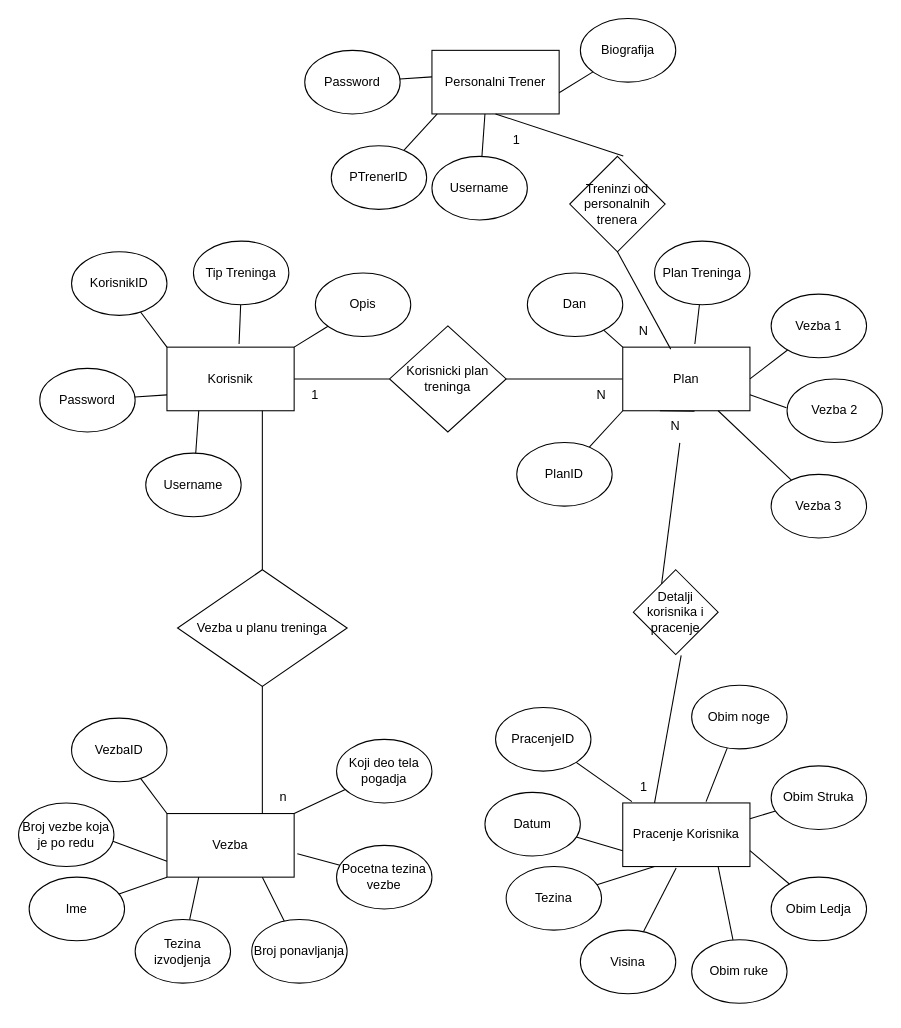
Before: Dijagram fitnes aplikacije.drawio in SyZyGz/IDEF0-Diagram, a draw.io diagram. Source tidied: cells renumbered, new cells numbered last; positions are measured from the earlier drawing's top-left corner, leaving out a move shared by most shapes. Both pictures are drawn from the tidied source at 106%, with x=0, y=0 at pixel (18, 18).
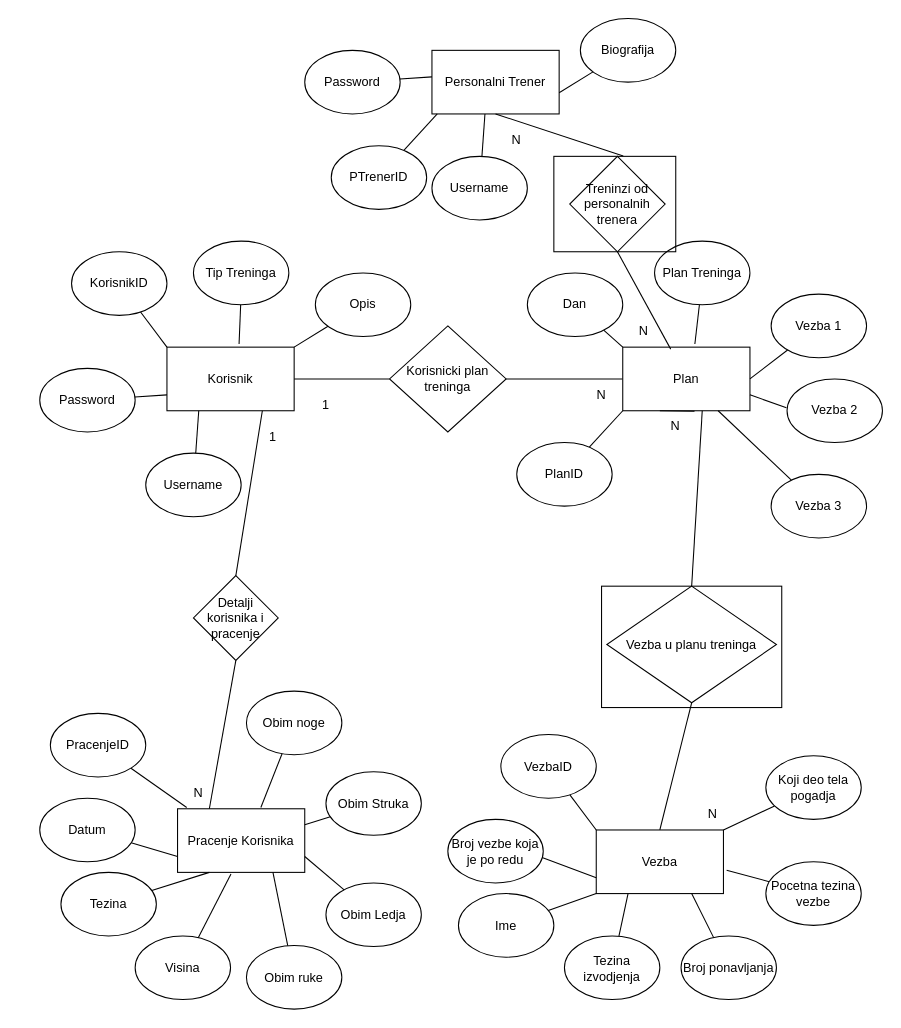
The same diagram, later.

The change refers to these unchanged cells:
```xml
<mxCell id="2" value="Korisnik" style="rounded=0;whiteSpace=wrap;html=1;" parent="1" vertex="1">
  <mxGeometry x="140" y="310" width="120" height="60" as="geometry" />
</mxCell>
<mxCell id="84" value="N" style="text;html=1;strokeColor=none;fillColor=none;align=center;verticalAlign=middle;whiteSpace=wrap;rounded=0;" parent="1" vertex="1">
  <mxGeometry x="590" y="370" width="60" height="30" as="geometry" />
</mxCell>
```

The edit, as a diff of the source:
```diff
@@
     <mxCell id="29" value="Vezba" style="rounded=0;whiteSpace=wrap;html=1;" parent="1" vertex="1">
-      <mxGeometry x="140" y="750" width="120" height="60" as="geometry" />
+      <mxGeometry x="545" y="765.5" width="120" height="60" as="geometry" />
     </mxCell>
-    <mxCell id="30" style="endArrow=none;html=1;rounded=0;exitX=0.75;exitY=0;exitDx=0;exitDy=0;entryX=0.75;entryY=1;entryDx=0;entryDy=0;" parent="1" edge="1" source="29" target="2">
-      <mxGeometry relative="1" as="geometry">
-        <Array as="points">
-          <mxPoint x="230" y="730" />
-        </Array>
-      </mxGeometry>
-    </mxCell>
@@
     <mxCell id="32" value="Tezina izvodjenja" style="ellipse;whiteSpace=wrap;html=1;" parent="1" vertex="1">
-      <mxGeometry x="110" y="850" width="90" height="60" as="geometry" />
+      <mxGeometry x="515" y="865.5" width="90" height="60" as="geometry" />
     </mxCell>
@@
     <mxCell id="34" value="VezbaID" style="ellipse;whiteSpace=wrap;html=1;" parent="1" vertex="1">
-      <mxGeometry x="50" y="660" width="90" height="60" as="geometry" />
+      <mxGeometry x="455" y="675.5" width="90" height="60" as="geometry" />
     </mxCell>
     <mxCell id="35" style="endArrow=none;html=1;rounded=0;exitX=0;exitY=0.75;exitDx=0;exitDy=0;" parent="1" edge="1" source="29">
       <mxGeometry relative="1" as="geometry">
-        <mxPoint x="84.5" y="774.4" as="targetPoint" />
+        <mxPoint x="489.5" y="789.9" as="targetPoint" />
       </mxGeometry>
     </mxCell>
     <mxCell id="36" value="Broj vezbe koja je po redu" style="ellipse;whiteSpace=wrap;html=1;" parent="1" vertex="1">
-      <mxGeometry y="740" width="90" height="60" as="geometry" />
+      <mxGeometry x="405" y="755.5" width="90" height="60" as="geometry" />
     </mxCell>
@@
     <mxCell id="38" value="Ime" style="ellipse;whiteSpace=wrap;html=1;" parent="1" vertex="1">
-      <mxGeometry x="10" y="810" width="90" height="60" as="geometry" />
+      <mxGeometry x="415" y="825.5" width="90" height="60" as="geometry" />
     </mxCell>
     <mxCell id="39" value="Pracenje Korisnika" style="rounded=0;whiteSpace=wrap;html=1;" parent="1" vertex="1">
-      <mxGeometry x="570" y="740" width="120" height="60" as="geometry" />
+      <mxGeometry x="150" y="745.5" width="120" height="60" as="geometry" />
     </mxCell>
@@
     <mxCell id="42" value="PracenjeID" style="ellipse;whiteSpace=wrap;html=1;" parent="1" vertex="1">
-      <mxGeometry x="450" y="650" width="90" height="60" as="geometry" />
+      <mxGeometry x="30" y="655.5" width="90" height="60" as="geometry" />
     </mxCell>
@@
     <mxCell id="44" value="Visina" style="ellipse;whiteSpace=wrap;html=1;" parent="1" vertex="1">
-      <mxGeometry x="530" y="860" width="90" height="60" as="geometry" />
+      <mxGeometry x="110" y="865.5" width="90" height="60" as="geometry" />
     </mxCell>
@@
     <mxCell id="46" value="Datum" style="ellipse;whiteSpace=wrap;html=1;" parent="1" vertex="1">
-      <mxGeometry x="440" y="730" width="90" height="60" as="geometry" />
+      <mxGeometry x="20" y="735.5" width="90" height="60" as="geometry" />
     </mxCell>
@@
     <mxCell id="48" value="Tezina" style="ellipse;whiteSpace=wrap;html=1;" parent="1" vertex="1">
-      <mxGeometry x="460" y="800" width="90" height="60" as="geometry" />
+      <mxGeometry x="40" y="805.5" width="90" height="60" as="geometry" />
     </mxCell>
     <mxCell id="49" value="Vezba u planu treninga" style="rhombus;whiteSpace=wrap;html=1;" parent="1" vertex="1">
-      <mxGeometry x="150" y="520" width="160" height="110" as="geometry" />
+      <mxGeometry x="555" y="535.5" width="160" height="110" as="geometry" />
     </mxCell>
@@
     <mxCell id="51" value="Broj ponavljanja" style="ellipse;whiteSpace=wrap;html=1;" parent="1" vertex="1">
-      <mxGeometry x="220" y="850" width="90" height="60" as="geometry" />
+      <mxGeometry x="625" y="865.5" width="90" height="60" as="geometry" />
     </mxCell>
@@
     <mxCell id="53" value="Pocetna tezina vezbe" style="ellipse;whiteSpace=wrap;html=1;" parent="1" vertex="1">
-      <mxGeometry x="300" y="780" width="90" height="60" as="geometry" />
+      <mxGeometry x="705" y="795.5" width="90" height="60" as="geometry" />
     </mxCell>
@@
     <mxCell id="55" value="Koji deo tela pogadja" style="ellipse;whiteSpace=wrap;html=1;" parent="1" vertex="1">
-      <mxGeometry x="300" y="680" width="90" height="60" as="geometry" />
+      <mxGeometry x="705" y="695.5" width="90" height="60" as="geometry" />
     </mxCell>
@@
     <mxCell id="57" value="Obim ruke" style="ellipse;whiteSpace=wrap;html=1;" parent="1" vertex="1">
-      <mxGeometry x="635" y="869" width="90" height="60" as="geometry" />
+      <mxGeometry x="215" y="874.5" width="90" height="60" as="geometry" />
     </mxCell>
-    <mxCell id="58" style="endArrow=none;html=1;rounded=0;entryX=0.564;entryY=1.009;entryDx=0;entryDy=0;exitX=0.25;exitY=0;exitDx=0;exitDy=0;entryPerimeter=0;" parent="1" edge="1" source="39" target="59">
+    <mxCell id="58" style="endArrow=none;html=1;rounded=0;exitX=0.25;exitY=0;exitDx=0;exitDy=0;entryX=0.5;entryY=1;entryDx=0;entryDy=0;" parent="1" edge="1" source="39" target="59">
       <mxGeometry relative="1" as="geometry" />
     </mxCell>
     <mxCell id="59" value="Detalji korisnika i pracenje" style="rhombus;whiteSpace=wrap;html=1;" parent="1" vertex="1">
-      <mxGeometry x="580" y="520" width="80" height="80" as="geometry" />
+      <mxGeometry x="165" y="525.5" width="80" height="80" as="geometry" />
     </mxCell>
@@
     <mxCell id="61" value="Obim Ledja" style="ellipse;whiteSpace=wrap;html=1;" parent="1" vertex="1">
-      <mxGeometry x="710" y="810" width="90" height="60" as="geometry" />
+      <mxGeometry x="290" y="815.5" width="90" height="60" as="geometry" />
     </mxCell>
@@
     <mxCell id="63" value="Obim Struka" style="ellipse;whiteSpace=wrap;html=1;" parent="1" vertex="1">
-      <mxGeometry x="710" y="705" width="90" height="60" as="geometry" />
+      <mxGeometry x="290" y="710.5" width="90" height="60" as="geometry" />
     </mxCell>
@@
     <mxCell id="65" value="Obim noge" style="ellipse;whiteSpace=wrap;html=1;" parent="1" vertex="1">
-      <mxGeometry x="635" y="629" width="90" height="60" as="geometry" />
+      <mxGeometry x="215" y="634.5" width="90" height="60" as="geometry" />
     </mxCell>
@@
     <mxCell id="78" value="1" style="text;html=1;strokeColor=none;fillColor=none;align=center;verticalAlign=middle;whiteSpace=wrap;rounded=0;" parent="1" vertex="1">
-      <mxGeometry x="250" y="340" width="60" height="30" as="geometry" />
+      <mxGeometry x="210" y="380" width="60" height="30" as="geometry" />
     </mxCell>
-    <mxCell id="79" value="n" style="text;html=1;strokeColor=none;fillColor=none;align=center;verticalAlign=middle;whiteSpace=wrap;rounded=0;" parent="1" vertex="1">
-      <mxGeometry x="220" y="720" width="60" height="30" as="geometry" />
+    <mxCell id="79" value="N" style="text;html=1;strokeColor=none;fillColor=none;align=center;verticalAlign=middle;whiteSpace=wrap;rounded=0;" parent="1" vertex="1">
+      <mxGeometry x="625" y="735.5" width="60" height="30" as="geometry" />
     </mxCell>
@@
-    <mxCell id="81" value="1" style="text;html=1;strokeColor=none;fillColor=none;align=center;verticalAlign=middle;whiteSpace=wrap;rounded=0;" parent="1" vertex="1">
+    <mxCell id="81" value="N" style="text;html=1;strokeColor=none;fillColor=none;align=center;verticalAlign=middle;whiteSpace=wrap;rounded=0;" parent="1" vertex="1">
       <mxGeometry x="440" y="100" width="60" height="30" as="geometry" />
     </mxCell>
@@
-    <mxCell id="83" style="endArrow=none;html=1;rounded=0;entryX=0.564;entryY=1.009;entryDx=0;entryDy=0;exitX=0.25;exitY=0;exitDx=0;exitDy=0;entryPerimeter=0;" parent="1" edge="1" source="59" target="84">
-      <mxGeometry relative="1" as="geometry" />
-    </mxCell>
@@
-    <mxCell id="85" value="1" style="text;html=1;strokeColor=none;fillColor=none;align=center;verticalAlign=middle;whiteSpace=wrap;rounded=0;" parent="1" vertex="1">
-      <mxGeometry x="560" y="710" width="60" height="30" as="geometry" />
+    <mxCell id="85" value="N" style="text;html=1;strokeColor=none;fillColor=none;align=center;verticalAlign=middle;whiteSpace=wrap;rounded=0;" parent="1" vertex="1">
+      <mxGeometry x="140" y="715.5" width="60" height="30" as="geometry" />
     </mxCell>
+    <mxCell id="86" style="endArrow=none;html=1;rounded=0;entryX=0.75;entryY=1;entryDx=0;entryDy=0;exitX=0.5;exitY=0;exitDx=0;exitDy=0;" parent="1" edge="1" source="59" target="2">
+      <mxGeometry relative="1" as="geometry" />
+    </mxCell>
+    <mxCell id="87" style="endArrow=none;html=1;rounded=0;exitX=0.5;exitY=0;exitDx=0;exitDy=0;" parent="1" edge="1" source="49">
+      <mxGeometry relative="1" as="geometry">
+        <mxPoint x="645" y="370" as="targetPoint" />
+      </mxGeometry>
+    </mxCell>
+    <mxCell id="88" style="endArrow=none;html=1;rounded=0;entryX=0.5;entryY=1;entryDx=0;entryDy=0;exitX=0.5;exitY=0;exitDx=0;exitDy=0;" parent="1" edge="1" source="29" target="49">
+      <mxGeometry relative="1" as="geometry" />
+    </mxCell>
+    <mxCell id="89" value="1" style="text;html=1;strokeColor=none;fillColor=none;align=center;verticalAlign=middle;whiteSpace=wrap;rounded=0;" parent="1" vertex="1">
+      <mxGeometry x="260" y="350" width="60" height="30" as="geometry" />
+    </mxCell>
+    <mxCell id="90" style="rounded=0;whiteSpace=wrap;html=1;fillColor=none;" parent="1" vertex="1">
+      <mxGeometry x="505" y="130" width="115" height="90" as="geometry" />
+    </mxCell>
+    <mxCell id="91" style="rounded=0;whiteSpace=wrap;html=1;fillColor=none;" parent="1" vertex="1">
+      <mxGeometry x="550" y="535.5" width="170" height="114.5" as="geometry" />
+    </mxCell>
```
